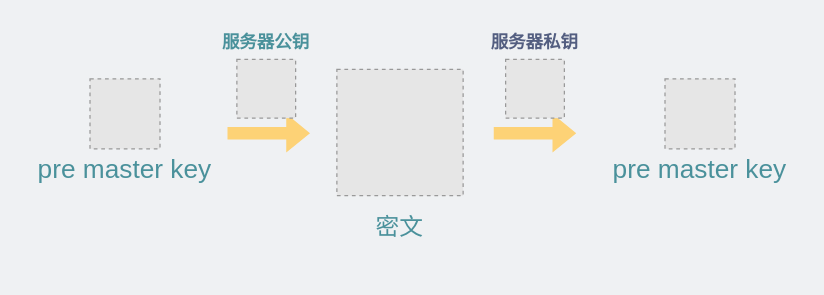
The draw.io diagram network/非对称加密pre_master_key.drawio in xiaobaiTech/image, before the edit. Source tidied: cells renumbered, new cells numbered last; positions are measured from the earlier drawing's top-left corner, leaving out a move shared by most shapes. Both pictures are drawn from the tidied source at 125%, with x=0, y=0 at pixel (21, 21). Pictures stored in the file or linked from it are replaced by grey dashed boxes.
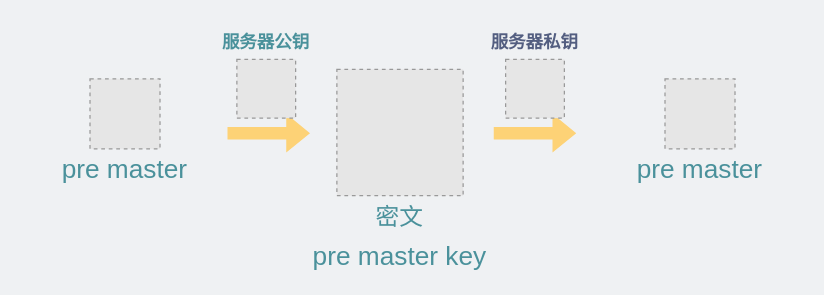
The same page after the edit.

Commit message:
更新非对称加密pre_master_key.drawio

Diff of the diagram source:
```diff
@@
 <mxGraphModel background="#EFF1F3">
   <root>
     <mxCell id="0" />
     <mxCell id="1" parent="0" />
     <mxCell id="2" style="shape=flexArrow;endArrow=classic;html=1;rounded=0;fontSize=19;fontColor=#FFFFFF;strokeColor=none;fillColor=#FDD276;" parent="1" edge="1">
       <mxGeometry relative="1" as="geometry">
         <mxPoint x="164" y="89" as="sourcePoint" />
         <mxPoint x="231" y="89" as="targetPoint" />
       </mxGeometry>
     </mxCell>
     <mxCell id="3" value="&lt;font color=&quot;#4a919b&quot;&gt;密文&lt;/font&gt;" style="text;html=1;strokeColor=none;fillColor=none;align=center;verticalAlign=middle;whiteSpace=wrap;rounded=0;fontSize=19;fontColor=#FFFFFF;" parent="1" vertex="1">
-      <mxGeometry x="257" y="150" width="91" height="30" as="geometry" />
+      <mxGeometry x="257" y="142" width="91" height="30" as="geometry" />
     </mxCell>
     <mxCell id="4" style="fillColor=#E6E6E6;strokeColor=#999999;dashed=1;verticalLabelPosition=bottom;verticalAlign=top;" parent="1" vertex="1">
       <mxGeometry x="172" y="30" width="47" height="47" as="geometry" />
     </mxCell>
     <mxCell id="5" style="shape=flexArrow;endArrow=classic;html=1;rounded=0;fontSize=19;fontColor=#FFFFFF;strokeColor=none;fillColor=#FDD276;" parent="1" edge="1">
       <mxGeometry relative="1" as="geometry">
         <mxPoint x="377" y="89" as="sourcePoint" />
         <mxPoint x="444" y="89" as="targetPoint" />
       </mxGeometry>
     </mxCell>
     <mxCell id="6" style="fillColor=#E6E6E6;strokeColor=#999999;dashed=1;verticalLabelPosition=bottom;labelBackgroundColor=default;verticalAlign=top;" parent="1" vertex="1">
       <mxGeometry x="252" y="38" width="101" height="101" as="geometry" />
     </mxCell>
     <mxCell id="7" style="fillColor=#E6E6E6;strokeColor=#999999;dashed=1;verticalLabelPosition=bottom;verticalAlign=top;" parent="1" vertex="1">
       <mxGeometry x="387" y="30" width="47" height="47" as="geometry" />
     </mxCell>
     <mxCell id="8" value="&lt;font color=&quot;#4a919b&quot; style=&quot;font-size: 14px;&quot;&gt;&lt;b&gt;服务器公钥&lt;/b&gt;&lt;/font&gt;" style="text;html=1;strokeColor=none;fillColor=none;align=center;verticalAlign=middle;whiteSpace=wrap;rounded=0;fontSize=19;fontColor=#FFFFFF;" parent="1" vertex="1">
       <mxGeometry x="150" width="91" height="30" as="geometry" />
     </mxCell>
     <mxCell id="9" value="&lt;font color=&quot;#535e80&quot; style=&quot;font-size: 14px;&quot;&gt;&lt;b style=&quot;&quot;&gt;服务器私钥&lt;/b&gt;&lt;/font&gt;" style="text;html=1;strokeColor=none;fillColor=none;align=center;verticalAlign=middle;whiteSpace=wrap;rounded=0;fontSize=19;fontColor=#FFFFFF;" parent="1" vertex="1">
       <mxGeometry x="365" width="91" height="30" as="geometry" />
     </mxCell>
-    <mxCell id="10" value="&lt;font style=&quot;font-size: 21px;&quot;&gt;pre master key&lt;/font&gt;" style="text;html=1;strokeColor=none;fillColor=none;align=center;verticalAlign=middle;whiteSpace=wrap;rounded=0;fontColor=#4A919B;" parent="1" vertex="1">
+    <mxCell id="10" value="&lt;font style=&quot;font-size: 21px;&quot;&gt;pre master&lt;/font&gt;" style="text;html=1;strokeColor=none;fillColor=none;align=center;verticalAlign=middle;whiteSpace=wrap;rounded=0;fontColor=#4A919B;" parent="1" vertex="1">
       <mxGeometry y="101.5" width="165" height="30" as="geometry" />
     </mxCell>
     <mxCell id="11" style="fillColor=#E6E6E6;strokeColor=#999999;dashed=1;verticalLabelPosition=bottom;verticalAlign=top;" parent="1" vertex="1">
       <mxGeometry x="54.5" y="45.5" width="56" height="56" as="geometry" />
     </mxCell>
-    <mxCell id="12" value="&lt;font style=&quot;font-size: 21px;&quot;&gt;pre master key&lt;/font&gt;" style="text;html=1;strokeColor=none;fillColor=none;align=center;verticalAlign=middle;whiteSpace=wrap;rounded=0;fontColor=#4A919B;" parent="1" vertex="1">
+    <mxCell id="12" value="&lt;font style=&quot;font-size: 21px;&quot;&gt;pre master&lt;/font&gt;" style="text;html=1;strokeColor=none;fillColor=none;align=center;verticalAlign=middle;whiteSpace=wrap;rounded=0;fontColor=#4A919B;" parent="1" vertex="1">
       <mxGeometry x="460" y="101.5" width="165" height="30" as="geometry" />
     </mxCell>
     <mxCell id="13" style="fillColor=#E6E6E6;strokeColor=#999999;dashed=1;verticalLabelPosition=bottom;verticalAlign=top;" parent="1" vertex="1">
       <mxGeometry x="514.5" y="45.5" width="56" height="56" as="geometry" />
     </mxCell>
+    <mxCell id="14" value="&lt;font style=&quot;font-size: 21px;&quot;&gt;pre master key&lt;/font&gt;" style="text;html=1;strokeColor=none;fillColor=none;align=center;verticalAlign=middle;whiteSpace=wrap;rounded=0;fontColor=#4A919B;" parent="1" vertex="1">
+      <mxGeometry x="220" y="172" width="165" height="30" as="geometry" />
+    </mxCell>
   </root>
 </mxGraphModel>
```
